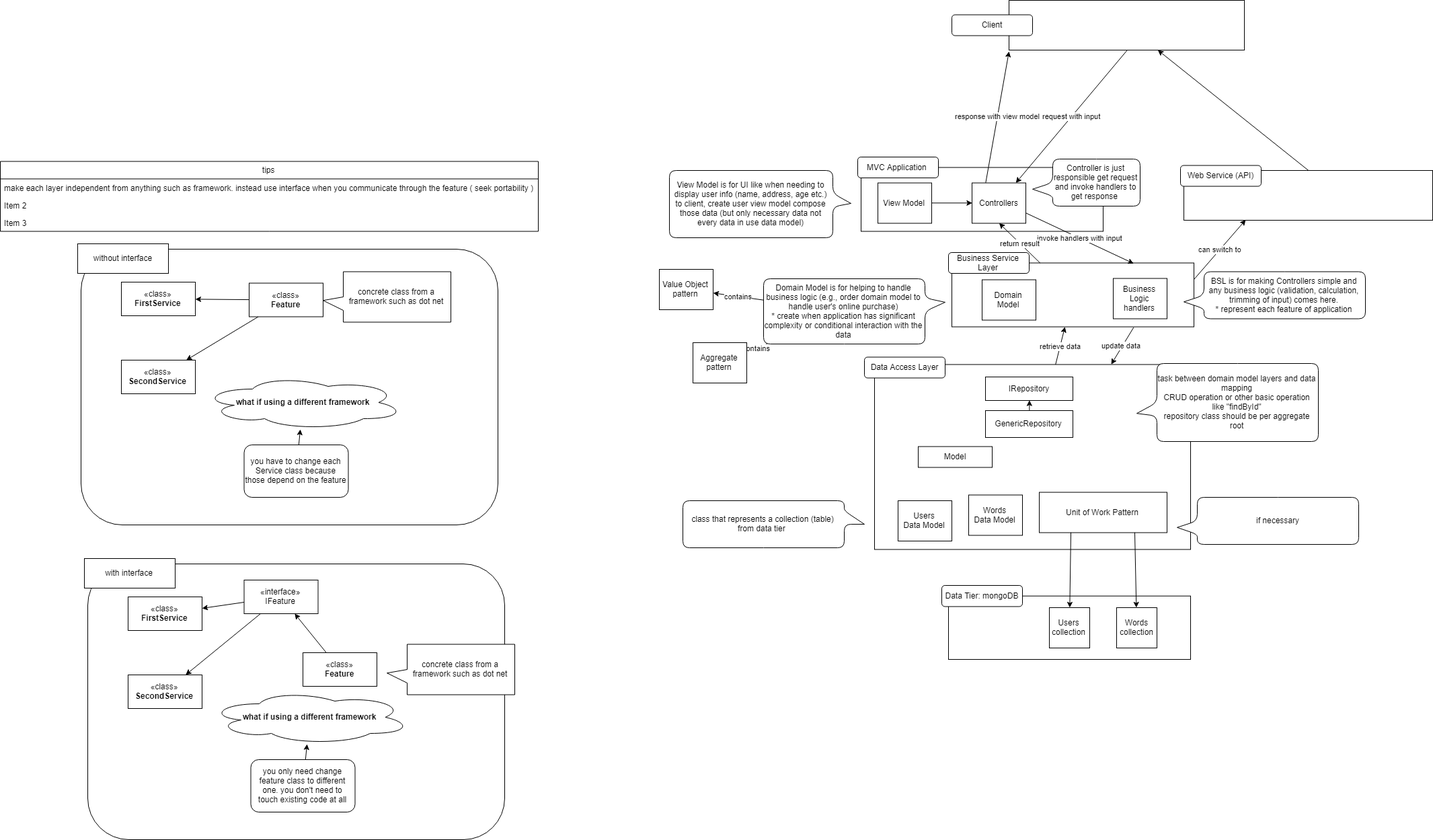
The draw.io diagram vocabs.png in stsiwo/vocabs, before a commit. Source tidied: cells renumbered, new cells last; positions are measured from the earlier drawing's top-left corner, leaving out a move shared by most shapes.
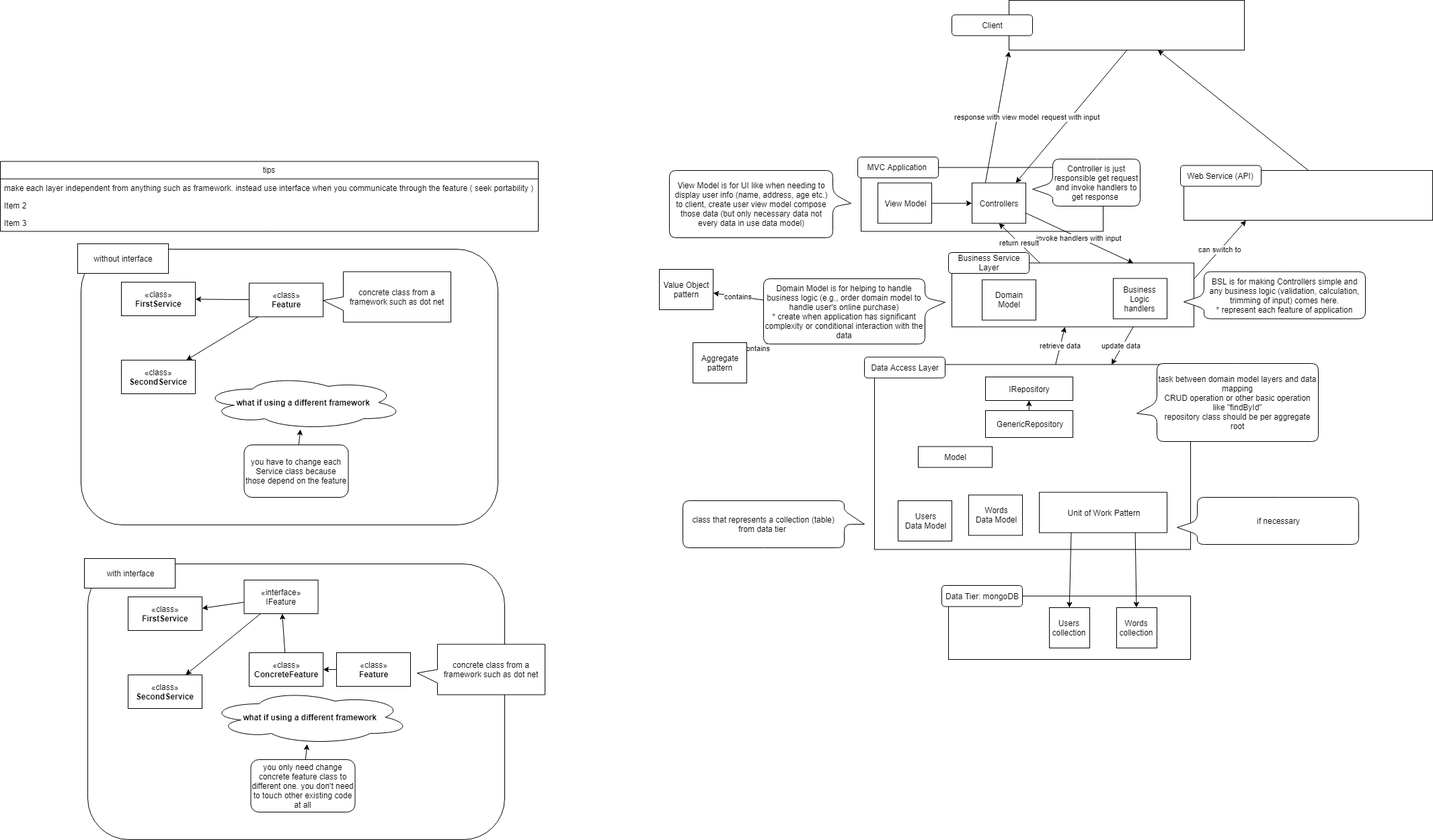
The same diagram one commit later.

The edit, as a diff of the source:
```diff
@@ -208,14 +208,14 @@
     <mxCell id="69" value="«class»&lt;br&gt;&lt;b&gt;FirstService&lt;/b&gt;&lt;br&gt;" style="html=1;" parent="1" vertex="1">
       <mxGeometry x="190" y="887" width="110" height="50" as="geometry" />
     </mxCell>
-    <mxCell id="70" style="edgeStyle=none;rounded=0;html=1;jettySize=auto;" parent="1" edge="1" source="71" target="80">
+    <mxCell id="70" style="edgeStyle=none;rounded=0;html=1;jettySize=auto;" parent="1" edge="1" source="71" target="82">
       <mxGeometry relative="1" as="geometry" />
     </mxCell>
     <mxCell id="71" value="«class»&lt;br&gt;&lt;b&gt;Feature&lt;/b&gt;&lt;br&gt;" style="html=1;" parent="1" vertex="1">
-      <mxGeometry x="450" y="970" width="110" height="50" as="geometry" />
+      <mxGeometry x="500" y="970" width="110" height="50" as="geometry" />
     </mxCell>
     <mxCell id="72" value="concrete class from a framework such as dot net" style="shape=callout;whiteSpace=wrap;html=1;perimeter=calloutPerimeter;direction=south;position2=0.57;" parent="1" vertex="1">
-      <mxGeometry x="575" y="957.5" width="190" height="75" as="geometry" />
+      <mxGeometry x="620" y="957.5" width="190" height="75" as="geometry" />
     </mxCell>
     <mxCell id="73" value="«class»&lt;br&gt;&lt;b&gt;SecondService&lt;/b&gt;&lt;br&gt;" style="html=1;" parent="1" vertex="1">
       <mxGeometry x="190" y="1003" width="110" height="50" as="geometry" />
@@ -226,7 +226,7 @@
     <mxCell id="75" style="edgeStyle=none;rounded=0;html=1;jettySize=auto;" parent="1" edge="1" source="76" target="74">
       <mxGeometry relative="1" as="geometry" />
     </mxCell>
-    <mxCell id="76" value="you only need change feature class to different one. you don't need to touch existing code at all" style="rounded=1;whiteSpace=wrap;html=1;" parent="1" vertex="1">
+    <mxCell id="76" value="you only need change concrete feature class to different one. you don't need to touch other existing code at all" style="rounded=1;whiteSpace=wrap;html=1;" parent="1" vertex="1">
       <mxGeometry x="372.5" y="1129" width="155" height="78" as="geometry" />
     </mxCell>
     <mxCell id="77" value="with interface" style="rounded=0;whiteSpace=wrap;html=1;" parent="1" vertex="1">
@@ -241,5 +241,11 @@
     <mxCell id="80" value="«interface»&lt;br&gt;IFeature&lt;br&gt;" style="html=1;" parent="1" vertex="1">
       <mxGeometry x="362.5" y="862" width="110" height="50" as="geometry" />
     </mxCell>
+    <mxCell id="81" style="edgeStyle=none;rounded=0;html=1;jettySize=auto;" parent="1" edge="1" source="82" target="80">
+      <mxGeometry relative="1" as="geometry" />
+    </mxCell>
+    <mxCell id="82" value="«class»&lt;br&gt;&lt;b&gt;ConcreteFeature&lt;/b&gt;&lt;br&gt;" style="html=1;" parent="1" vertex="1">
+      <mxGeometry x="370" y="970" width="110" height="50" as="geometry" />
+    </mxCell>
   </root>
 </mxGraphModel>
```
